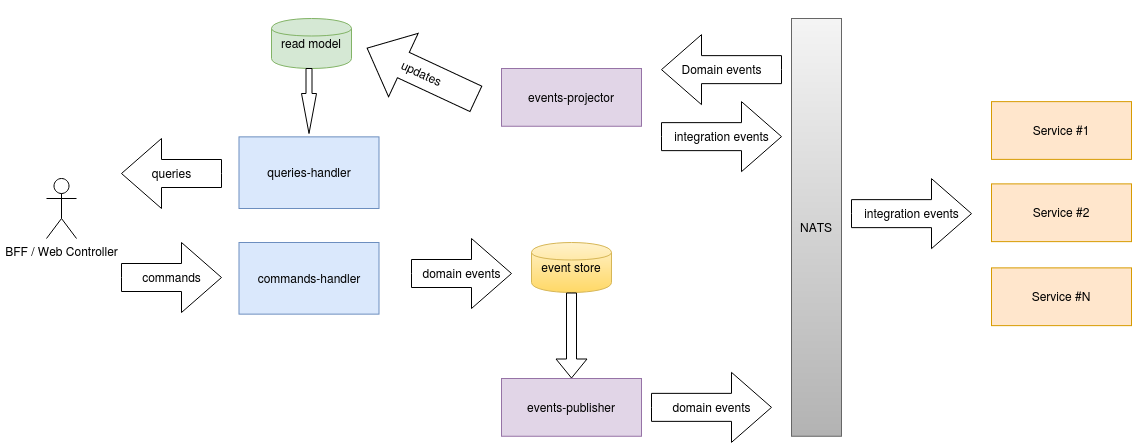
Above: cqrs-arch-outbox.png in crabzilla/example1 (draw.io), before the change. Source tidied: cells renumbered, new cells last; positions are measured from the earlier drawing's top-left corner, leaving out a move shared by most shapes.
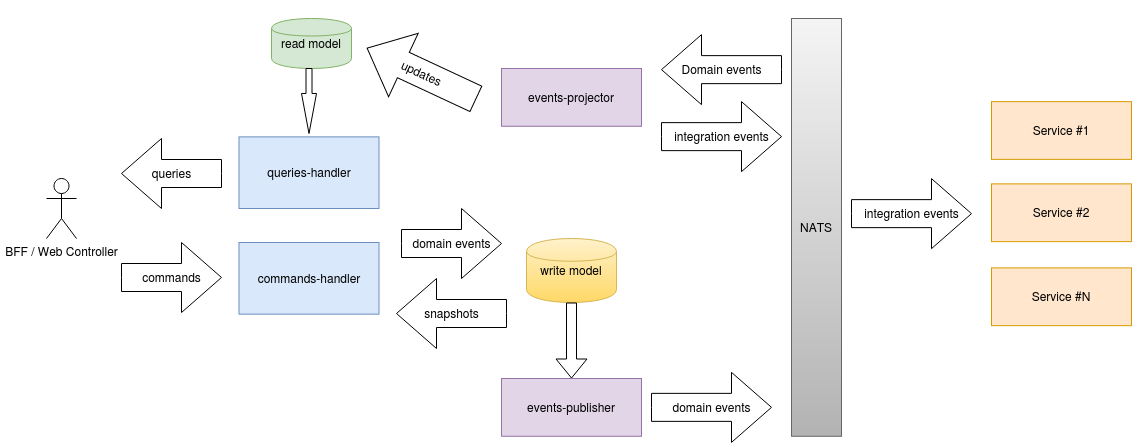
The same file after the commit.

What changed in the source:
```diff
@@ -2,8 +2,8 @@
   <root>
     <mxCell id="0" />
     <mxCell id="1" parent="0" />
-    <mxCell id="2" value="event store" style="shape=cylinder;whiteSpace=wrap;html=1;fillColor=#fff2cc;gradientColor=#ffd966;align=center;strokeColor=#d6b656;" parent="1" vertex="1">
-      <mxGeometry x="485" y="230" width="80" height="50" as="geometry" />
+    <mxCell id="2" value="write model" style="shape=cylinder;whiteSpace=wrap;html=1;fillColor=#fff2cc;gradientColor=#ffd966;align=center;strokeColor=#d6b656;" parent="1" vertex="1">
+      <mxGeometry x="480" y="226" width="90" height="64" as="geometry" />
     </mxCell>
     <mxCell id="3" style="edgeStyle=orthogonalEdgeStyle;curved=1;rounded=0;html=1;exitX=0.5;exitY=1;startArrow=none;startFill=0;endArrow=classic;endFill=1;jettySize=auto;orthogonalLoop=1;" parent="1" edge="1">
       <mxGeometry x="177" y="74" as="geometry">
@@ -21,7 +21,7 @@
       </mxGeometry>
     </mxCell>
     <mxCell id="6" value="domain events" style="html=1;shadow=0;dashed=0;align=center;verticalAlign=middle;shape=mxgraph.arrows2.arrow;dy=0.6;dx=40;notch=0;fillColor=none;gradientColor=none;" parent="1" vertex="1">
-      <mxGeometry x="365" y="226" width="100" height="70" as="geometry" />
+      <mxGeometry x="355" y="196" width="100" height="70" as="geometry" />
     </mxCell>
     <mxCell id="7" value="queries-handler" style="whiteSpace=wrap;html=1;fillColor=#dae8fc;align=center;strokeColor=#6c8ebf;" parent="1" vertex="1">
       <mxGeometry x="192.5" y="124.4" width="140" height="71.6" as="geometry" />
@@ -77,5 +77,8 @@
     <mxCell id="24" value="commands-handler" style="whiteSpace=wrap;html=1;fillColor=#dae8fc;align=center;strokeColor=#6c8ebf;" parent="1" vertex="1">
       <mxGeometry x="192.5" y="230" width="140" height="71.6" as="geometry" />
     </mxCell>
+    <mxCell id="25" value="snapshots" style="html=1;shadow=0;dashed=0;align=center;verticalAlign=middle;shape=mxgraph.arrows2.arrow;dy=0.6;dx=40;notch=0;fillColor=none;gradientColor=none;flipH=1;" parent="1" vertex="1">
+      <mxGeometry x="350" y="266" width="110" height="70" as="geometry" />
+    </mxCell>
   </root>
 </mxGraphModel>
```
